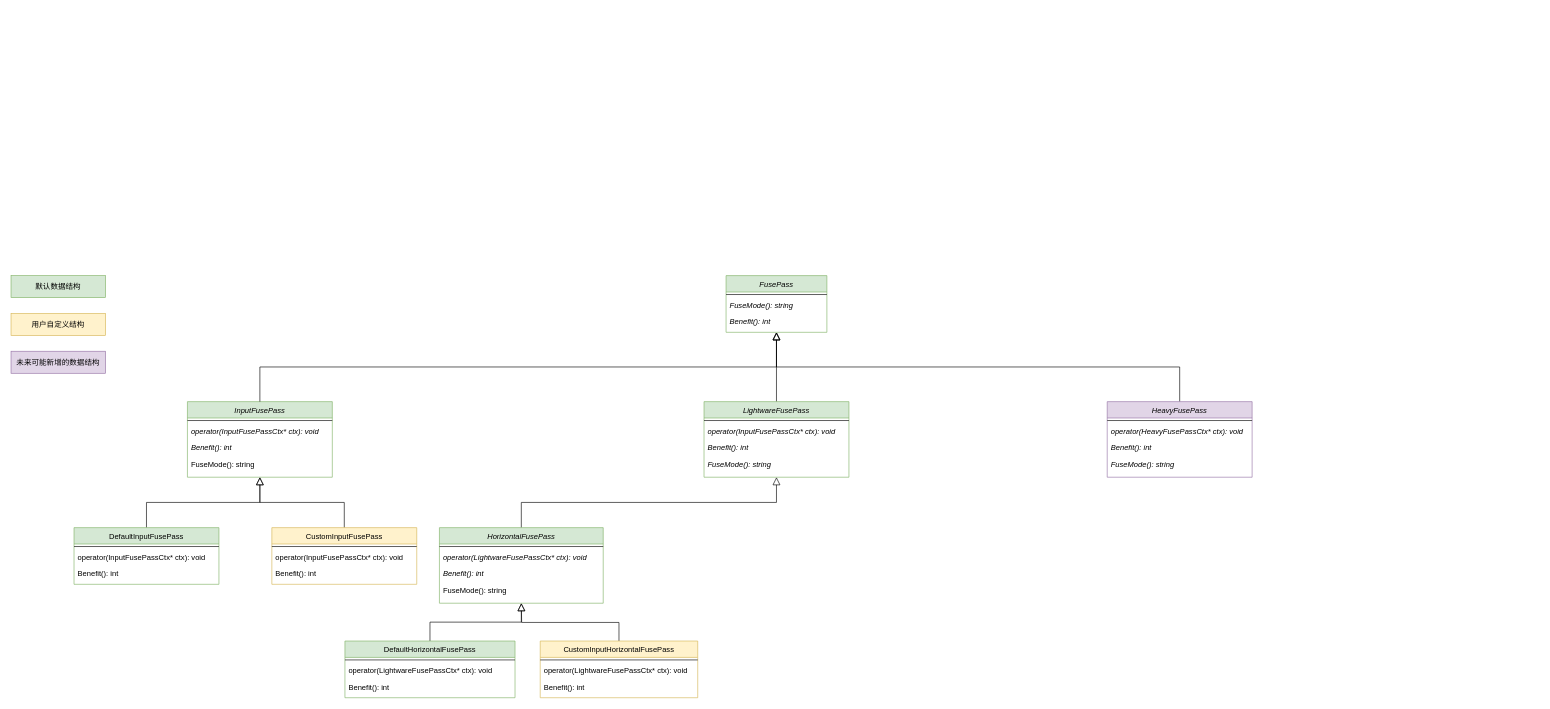
Above: PassUML.drawio in jiahy0825/draw.io (draw.io), before the change. Source tidied: cells renumbered, new cells numbered last; positions are measured from the earlier drawing's top-left corner, leaving out a move shared by most shapes. Both pictures are drawn from the tidied source at 63%, with x=0, y=0 at pixel (11, 275).
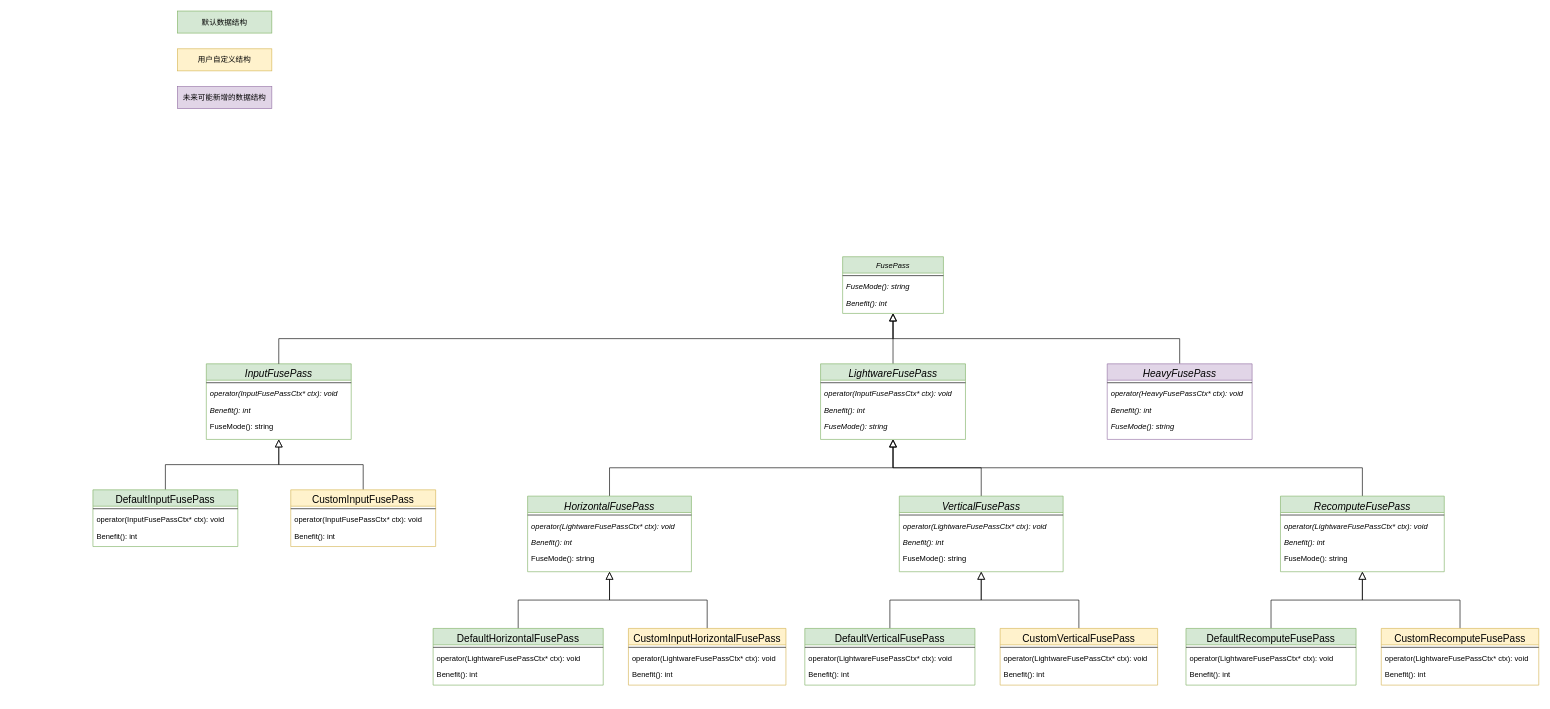
The same page after the edit.

The edit, as a diff of the source:
```diff
@@
     <mxCell id="2" value="FusePass" style="swimlane;fontStyle=2;align=center;verticalAlign=top;horizontal=1;startSize=26;rounded=0;shadow=0;strokeWidth=1;fillColor=#d5e8d4;strokeColor=#82b366;" parent="1" vertex="1">
-      <mxGeometry x="1135" width="160" height="90" as="geometry" />
+      <mxGeometry x="1320" y="-30" width="160" height="90" as="geometry" />
     </mxCell>
@@
-    <mxCell id="6" value="InputFusePass" style="swimlane;fontStyle=2;align=center;verticalAlign=top;horizontal=1;startSize=26;rounded=0;shadow=0;strokeWidth=1;fillColor=#d5e8d4;strokeColor=#82b366;" parent="1" vertex="1">
-      <mxGeometry x="280" y="200" width="230" height="120" as="geometry" />
+    <mxCell id="6" value="InputFusePass" style="swimlane;fontStyle=2;align=center;verticalAlign=top;horizontal=1;startSize=26;rounded=0;shadow=0;strokeWidth=1;fillColor=#d5e8d4;strokeColor=#82b366;fontSize=16;" parent="1" vertex="1">
+      <mxGeometry x="310" y="140" width="230" height="120" as="geometry" />
     </mxCell>
@@
-    <mxCell id="14" value="DefaultInputFusePass" style="swimlane;fontStyle=0;align=center;verticalAlign=top;horizontal=1;startSize=26;rounded=0;shadow=0;strokeWidth=1;fillColor=#d5e8d4;strokeColor=#82b366;" parent="1" vertex="1">
-      <mxGeometry x="100" y="400" width="230" height="90" as="geometry" />
+    <mxCell id="14" value="DefaultInputFusePass" style="swimlane;fontStyle=0;align=center;verticalAlign=top;horizontal=1;startSize=26;rounded=0;shadow=0;strokeWidth=1;fillColor=#d5e8d4;strokeColor=#82b366;fontSize=16;" parent="1" vertex="1">
+      <mxGeometry x="130" y="340" width="230" height="90" as="geometry" />
     </mxCell>
@@
-    <mxCell id="19" value="CustomInputFusePass" style="swimlane;fontStyle=0;align=center;verticalAlign=top;horizontal=1;startSize=26;rounded=0;shadow=0;strokeWidth=1;fillColor=#fff2cc;strokeColor=#d6b656;" parent="1" vertex="1">
-      <mxGeometry x="414" y="400" width="230" height="90" as="geometry" />
+    <mxCell id="19" value="CustomInputFusePass" style="swimlane;fontStyle=0;align=center;verticalAlign=top;horizontal=1;startSize=26;rounded=0;shadow=0;strokeWidth=1;fillColor=#fff2cc;strokeColor=#d6b656;fontSize=16;" parent="1" vertex="1">
+      <mxGeometry x="444" y="340" width="230" height="90" as="geometry" />
     </mxCell>
@@
-    <mxCell id="23" value="LightwareFusePass" style="swimlane;fontStyle=2;align=center;verticalAlign=top;horizontal=1;startSize=26;rounded=0;shadow=0;strokeWidth=1;fillColor=#d5e8d4;strokeColor=#82b366;" parent="1" vertex="1">
-      <mxGeometry x="1100" y="200" width="230" height="120" as="geometry" />
+    <mxCell id="23" value="LightwareFusePass" style="swimlane;fontStyle=2;align=center;verticalAlign=top;horizontal=1;startSize=26;rounded=0;shadow=0;strokeWidth=1;fillColor=#d5e8d4;strokeColor=#82b366;fontSize=16;" parent="1" vertex="1">
+      <mxGeometry x="1285" y="140" width="230" height="120" as="geometry" />
     </mxCell>
@@
-    <mxCell id="29" value="HeavyFusePass" style="swimlane;fontStyle=2;align=center;verticalAlign=top;horizontal=1;startSize=26;rounded=0;shadow=0;strokeWidth=1;fillColor=#e1d5e7;strokeColor=#9673a6;" parent="1" vertex="1">
-      <mxGeometry x="1740" y="200" width="230" height="120" as="geometry" />
+    <mxCell id="29" value="HeavyFusePass" style="swimlane;fontStyle=2;align=center;verticalAlign=top;horizontal=1;startSize=26;rounded=0;shadow=0;strokeWidth=1;fillColor=#e1d5e7;strokeColor=#9673a6;fontSize=16;" parent="1" vertex="1">
+      <mxGeometry x="1740" y="140" width="230" height="120" as="geometry" />
     </mxCell>
@@
     <mxCell id="34" value="默认数据结构" style="rounded=0;whiteSpace=wrap;html=1;fillColor=#d5e8d4;strokeColor=#82b366;" parent="1" vertex="1">
-      <mxGeometry width="150" height="35" as="geometry" />
+      <mxGeometry x="264" y="-420" width="150" height="35" as="geometry" />
     </mxCell>
     <mxCell id="35" value="用户自定义结构" style="rounded=0;whiteSpace=wrap;html=1;fillColor=#fff2cc;strokeColor=#d6b656;" parent="1" vertex="1">
-      <mxGeometry y="60" width="150" height="35" as="geometry" />
+      <mxGeometry x="264" y="-360" width="150" height="35" as="geometry" />
     </mxCell>
     <mxCell id="36" value="未来可能新增的数据结构" style="rounded=0;whiteSpace=wrap;html=1;fillColor=#e1d5e7;strokeColor=#9673a6;" parent="1" vertex="1">
-      <mxGeometry y="120" width="150" height="35" as="geometry" />
+      <mxGeometry x="264" y="-300" width="150" height="35" as="geometry" />
     </mxCell>
-    <mxCell id="37" style="edgeStyle=orthogonalEdgeStyle;rounded=0;jettySize=auto;html=1;exitX=0.5;exitY=0;exitDx=0;exitDy=0;entryX=0.5;entryY=1;entryDx=0;entryDy=0;endArrow=block;endFill=0;endSize=10;" parent="1" edge="1" source="38" target="23">
+    <mxCell id="37" style="edgeStyle=orthogonalEdgeStyle;rounded=0;jettySize=auto;html=1;exitX=0.5;exitY=0;exitDx=0;exitDy=0;entryX=0.5;entryY=1;entryDx=0;entryDy=0;endSize=10;endArrow=block;endFill=0;" parent="1" edge="1" source="38" target="23">
       <mxGeometry relative="1" as="geometry" />
     </mxCell>
-    <mxCell id="38" value="HorizontalFusePass" style="swimlane;fontStyle=2;align=center;verticalAlign=top;horizontal=1;startSize=26;rounded=0;shadow=0;strokeWidth=1;fillColor=#d5e8d4;strokeColor=#82b366;" parent="1" vertex="1">
-      <mxGeometry x="680" y="400" width="260" height="120" as="geometry" />
+    <mxCell id="38" value="HorizontalFusePass" style="swimlane;fontStyle=2;align=center;verticalAlign=top;horizontal=1;startSize=26;rounded=0;shadow=0;strokeWidth=1;fillColor=#d5e8d4;strokeColor=#82b366;fontSize=16;" parent="1" vertex="1">
+      <mxGeometry x="820" y="350" width="260" height="120" as="geometry" />
     </mxCell>
@@
-    <mxCell id="44" value="DefaultHorizontalFusePass" style="swimlane;fontStyle=0;align=center;verticalAlign=top;horizontal=1;startSize=26;rounded=0;shadow=0;strokeWidth=1;fillColor=#d5e8d4;strokeColor=#82b366;" parent="1" vertex="1">
-      <mxGeometry x="530" y="580" width="270" height="90" as="geometry" />
+    <mxCell id="44" value="DefaultHorizontalFusePass" style="swimlane;fontStyle=0;align=center;verticalAlign=top;horizontal=1;startSize=26;rounded=0;shadow=0;strokeWidth=1;fillColor=#d5e8d4;strokeColor=#82b366;fontSize=16;" parent="1" vertex="1">
+      <mxGeometry x="670" y="560" width="270" height="90" as="geometry" />
     </mxCell>
@@
-    <mxCell id="48" style="edgeStyle=orthogonalEdgeStyle;rounded=0;jettySize=auto;html=1;exitX=0.5;exitY=0;exitDx=0;exitDy=0;endSize=10;endArrow=block;endFill=0;" parent="1" edge="1" source="49">
-      <mxGeometry relative="1" as="geometry">
-        <mxPoint x="810" y="520" as="targetPoint" />
-      </mxGeometry>
+    <mxCell id="48" style="edgeStyle=orthogonalEdgeStyle;rounded=0;jettySize=auto;html=1;exitX=0.5;exitY=0;exitDx=0;exitDy=0;endSize=10;endArrow=block;endFill=0;entryX=0.5;entryY=1;entryDx=0;entryDy=0;" parent="1" edge="1" source="49" target="38">
+      <mxGeometry relative="1" as="geometry" />
     </mxCell>
-    <mxCell id="49" value="CustomInputHorizontalFusePass" style="swimlane;fontStyle=0;align=center;verticalAlign=top;horizontal=1;startSize=26;rounded=0;shadow=0;strokeWidth=1;fillColor=#fff2cc;strokeColor=#d6b656;" parent="1" vertex="1">
-      <mxGeometry x="840" y="580" width="250" height="90" as="geometry" />
+    <mxCell id="49" value="CustomInputHorizontalFusePass" style="swimlane;fontStyle=0;align=center;verticalAlign=top;horizontal=1;startSize=26;rounded=0;shadow=0;strokeWidth=1;fillColor=#fff2cc;strokeColor=#d6b656;fontSize=16;" parent="1" vertex="1">
+      <mxGeometry x="980" y="560" width="250" height="90" as="geometry" />
     </mxCell>
@@
+    <mxCell id="53" style="edgeStyle=orthogonalEdgeStyle;rounded=0;jettySize=auto;html=1;exitX=0.5;exitY=0;exitDx=0;exitDy=0;entryX=0.5;entryY=1;entryDx=0;entryDy=0;endSize=10;endArrow=block;endFill=0;" parent="1" edge="1" source="54" target="23">
+      <mxGeometry relative="1" as="geometry" />
+    </mxCell>
+    <mxCell id="54" value="VerticalFusePass" style="swimlane;fontStyle=2;align=center;verticalAlign=top;horizontal=1;startSize=26;rounded=0;shadow=0;strokeWidth=1;fillColor=#d5e8d4;strokeColor=#82b366;fontSize=16;" parent="1" vertex="1">
+      <mxGeometry x="1410" y="350" width="260" height="120" as="geometry" />
+    </mxCell>
+    <mxCell id="55" style="line;html=1;strokeWidth=1;align=left;verticalAlign=middle;spacingTop=-1;spacingLeft=3;spacingRight=3;labelPosition=right;" parent="54" vertex="1">
+      <mxGeometry y="26" width="260" height="8" as="geometry" />
+    </mxCell>
+    <mxCell id="56" value="operator(LightwareFusePassCtx* ctx): void" style="text;align=left;verticalAlign=top;spacingLeft=4;spacingRight=4;overflow=hidden;fontStyle=2;" parent="54" vertex="1">
+      <mxGeometry y="34" width="260" height="26" as="geometry" />
+    </mxCell>
+    <mxCell id="57" value="Benefit(): int" style="text;align=left;verticalAlign=top;spacingLeft=4;spacingRight=4;overflow=hidden;fontStyle=2;" parent="54" vertex="1">
+      <mxGeometry y="60" width="260" height="26" as="geometry" />
+    </mxCell>
+    <mxCell id="58" value="FuseMode(): string" style="text;align=left;verticalAlign=top;spacingLeft=4;spacingRight=4;overflow=hidden;fontStyle=0;" parent="54" vertex="1">
+      <mxGeometry y="86" width="260" height="26" as="geometry" />
+    </mxCell>
+    <mxCell id="59" style="edgeStyle=orthogonalEdgeStyle;rounded=0;jettySize=auto;html=1;exitX=0.5;exitY=0;exitDx=0;exitDy=0;entryX=0.5;entryY=1;entryDx=0;entryDy=0;endArrow=block;endFill=0;endSize=10;" parent="1" edge="1" source="60" target="54">
+      <mxGeometry relative="1" as="geometry" />
+    </mxCell>
+    <mxCell id="60" value="DefaultVerticalFusePass" style="swimlane;fontStyle=0;align=center;verticalAlign=top;horizontal=1;startSize=26;rounded=0;shadow=0;strokeWidth=1;fillColor=#d5e8d4;strokeColor=#82b366;fontSize=16;" parent="1" vertex="1">
+      <mxGeometry x="1260" y="560" width="270" height="90" as="geometry" />
+    </mxCell>
+    <mxCell id="61" style="line;html=1;strokeWidth=1;align=left;verticalAlign=middle;spacingTop=-1;spacingLeft=3;spacingRight=3;labelPosition=right;" parent="60" vertex="1">
+      <mxGeometry y="26" width="270" height="8" as="geometry" />
+    </mxCell>
+    <mxCell id="62" value="operator(LightwareFusePassCtx* ctx): void" style="text;align=left;verticalAlign=top;spacingLeft=4;spacingRight=4;overflow=hidden;fontStyle=0;" parent="60" vertex="1">
+      <mxGeometry y="34" width="270" height="26" as="geometry" />
+    </mxCell>
+    <mxCell id="63" value="Benefit(): int" style="text;align=left;verticalAlign=top;spacingLeft=4;spacingRight=4;overflow=hidden;fontStyle=0;" parent="60" vertex="1">
+      <mxGeometry y="60" width="270" height="26" as="geometry" />
+    </mxCell>
+    <mxCell id="64" style="edgeStyle=orthogonalEdgeStyle;rounded=0;jettySize=auto;html=1;exitX=0.5;exitY=0;exitDx=0;exitDy=0;endSize=10;endArrow=block;endFill=0;entryX=0.5;entryY=1;entryDx=0;entryDy=0;" parent="1" edge="1" source="65" target="54">
+      <mxGeometry relative="1" as="geometry" />
+    </mxCell>
+    <mxCell id="65" value="CustomVerticalFusePass" style="swimlane;fontStyle=0;align=center;verticalAlign=top;horizontal=1;startSize=26;rounded=0;shadow=0;strokeWidth=1;fillColor=#fff2cc;strokeColor=#d6b656;fontSize=16;" parent="1" vertex="1">
+      <mxGeometry x="1570" y="560" width="250" height="90" as="geometry" />
+    </mxCell>
+    <mxCell id="66" style="line;html=1;strokeWidth=1;align=left;verticalAlign=middle;spacingTop=-1;spacingLeft=3;spacingRight=3;labelPosition=right;" parent="65" vertex="1">
+      <mxGeometry y="26" width="250" height="8" as="geometry" />
+    </mxCell>
+    <mxCell id="67" value="operator(LightwareFusePassCtx* ctx): void" style="text;align=left;verticalAlign=top;spacingLeft=4;spacingRight=4;overflow=hidden;fontStyle=0;" parent="65" vertex="1">
+      <mxGeometry y="34" width="250" height="26" as="geometry" />
+    </mxCell>
+    <mxCell id="68" value="Benefit(): int" style="text;align=left;verticalAlign=top;spacingLeft=4;spacingRight=4;overflow=hidden;fontStyle=0;" parent="65" vertex="1">
+      <mxGeometry y="60" width="250" height="26" as="geometry" />
+    </mxCell>
+    <mxCell id="69" style="edgeStyle=orthogonalEdgeStyle;rounded=0;jettySize=auto;html=1;exitX=0.5;exitY=0;exitDx=0;exitDy=0;entryX=0.5;entryY=1;entryDx=0;entryDy=0;endSize=10;endArrow=block;endFill=0;" parent="1" edge="1" source="70" target="23">
+      <mxGeometry relative="1" as="geometry" />
+    </mxCell>
+    <mxCell id="70" value="RecomputeFusePass" style="swimlane;fontStyle=2;align=center;verticalAlign=top;horizontal=1;startSize=26;rounded=0;shadow=0;strokeWidth=1;fillColor=#d5e8d4;strokeColor=#82b366;fontSize=16;" parent="1" vertex="1">
+      <mxGeometry x="2015" y="350" width="260" height="120" as="geometry" />
+    </mxCell>
+    <mxCell id="71" style="line;html=1;strokeWidth=1;align=left;verticalAlign=middle;spacingTop=-1;spacingLeft=3;spacingRight=3;labelPosition=right;" parent="70" vertex="1">
+      <mxGeometry y="26" width="260" height="8" as="geometry" />
+    </mxCell>
+    <mxCell id="72" value="operator(LightwareFusePassCtx* ctx): void" style="text;align=left;verticalAlign=top;spacingLeft=4;spacingRight=4;overflow=hidden;fontStyle=2;" parent="70" vertex="1">
+      <mxGeometry y="34" width="260" height="26" as="geometry" />
+    </mxCell>
+    <mxCell id="73" value="Benefit(): int" style="text;align=left;verticalAlign=top;spacingLeft=4;spacingRight=4;overflow=hidden;fontStyle=2;" parent="70" vertex="1">
+      <mxGeometry y="60" width="260" height="26" as="geometry" />
+    </mxCell>
+    <mxCell id="74" value="FuseMode(): string" style="text;align=left;verticalAlign=top;spacingLeft=4;spacingRight=4;overflow=hidden;fontStyle=0;" parent="70" vertex="1">
+      <mxGeometry y="86" width="260" height="26" as="geometry" />
+    </mxCell>
+    <mxCell id="75" style="edgeStyle=orthogonalEdgeStyle;rounded=0;jettySize=auto;html=1;exitX=0.5;exitY=0;exitDx=0;exitDy=0;entryX=0.5;entryY=1;entryDx=0;entryDy=0;endArrow=block;endFill=0;endSize=10;" parent="1" edge="1" source="76" target="70">
+      <mxGeometry relative="1" as="geometry" />
+    </mxCell>
+    <mxCell id="76" value="DefaultRecomputeFusePass" style="swimlane;fontStyle=0;align=center;verticalAlign=top;horizontal=1;startSize=26;rounded=0;shadow=0;strokeWidth=1;fillColor=#d5e8d4;strokeColor=#82b366;fontSize=16;" parent="1" vertex="1">
+      <mxGeometry x="1865" y="560" width="270" height="90" as="geometry" />
+    </mxCell>
+    <mxCell id="77" style="line;html=1;strokeWidth=1;align=left;verticalAlign=middle;spacingTop=-1;spacingLeft=3;spacingRight=3;labelPosition=right;" parent="76" vertex="1">
+      <mxGeometry y="26" width="270" height="8" as="geometry" />
+    </mxCell>
+    <mxCell id="78" value="operator(LightwareFusePassCtx* ctx): void" style="text;align=left;verticalAlign=top;spacingLeft=4;spacingRight=4;overflow=hidden;fontStyle=0;" parent="76" vertex="1">
+      <mxGeometry y="34" width="270" height="26" as="geometry" />
+    </mxCell>
+    <mxCell id="79" value="Benefit(): int" style="text;align=left;verticalAlign=top;spacingLeft=4;spacingRight=4;overflow=hidden;fontStyle=0;" parent="76" vertex="1">
+      <mxGeometry y="60" width="270" height="26" as="geometry" />
+    </mxCell>
+    <mxCell id="80" style="edgeStyle=orthogonalEdgeStyle;rounded=0;jettySize=auto;html=1;exitX=0.5;exitY=0;exitDx=0;exitDy=0;endSize=10;endArrow=block;endFill=0;entryX=0.5;entryY=1;entryDx=0;entryDy=0;" parent="1" edge="1" source="81" target="70">
+      <mxGeometry relative="1" as="geometry" />
+    </mxCell>
+    <mxCell id="81" value="CustomRecomputeFusePass" style="swimlane;fontStyle=0;align=center;verticalAlign=top;horizontal=1;startSize=26;rounded=0;shadow=0;strokeWidth=1;fillColor=#fff2cc;strokeColor=#d6b656;fontSize=16;" parent="1" vertex="1">
+      <mxGeometry x="2175" y="560" width="250" height="90" as="geometry" />
+    </mxCell>
+    <mxCell id="82" style="line;html=1;strokeWidth=1;align=left;verticalAlign=middle;spacingTop=-1;spacingLeft=3;spacingRight=3;labelPosition=right;" parent="81" vertex="1">
+      <mxGeometry y="26" width="250" height="8" as="geometry" />
+    </mxCell>
+    <mxCell id="83" value="operator(LightwareFusePassCtx* ctx): void" style="text;align=left;verticalAlign=top;spacingLeft=4;spacingRight=4;overflow=hidden;fontStyle=0;" parent="81" vertex="1">
+      <mxGeometry y="34" width="250" height="26" as="geometry" />
+    </mxCell>
+    <mxCell id="84" value="Benefit(): int" style="text;align=left;verticalAlign=top;spacingLeft=4;spacingRight=4;overflow=hidden;fontStyle=0;" parent="81" vertex="1">
+      <mxGeometry y="60" width="250" height="26" as="geometry" />
+    </mxCell>
```
